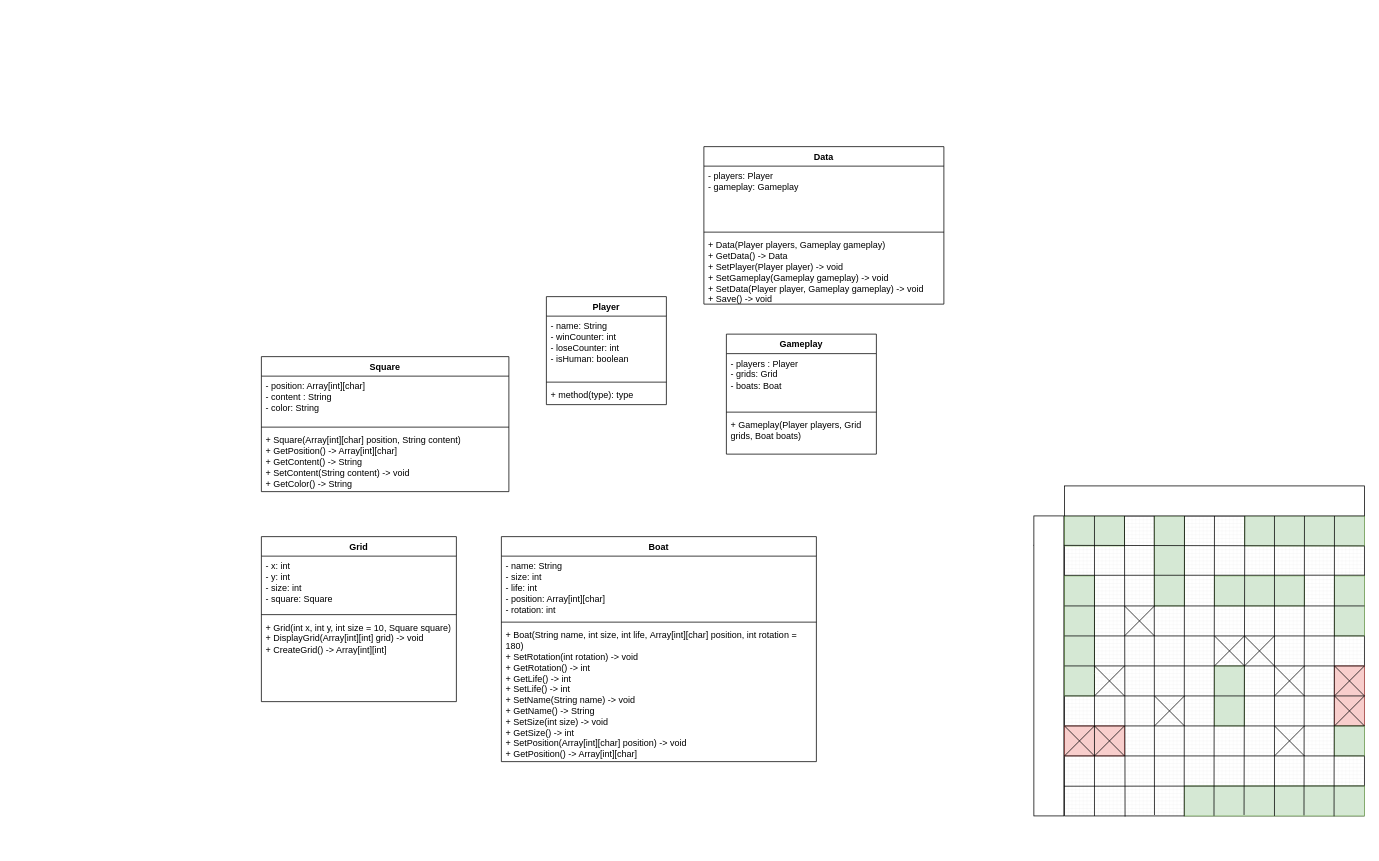
This is Diagram.drawio from Maxence-villet/Bataille-Navale, a draw.io file, before an edit. Source tidied: cells renumbered, new cells numbered last; positions are measured from the earlier drawing's top-left corner, leaving out a move shared by most shapes. Both pictures are drawn from the tidied source at 75%, with x=0, y=0 at pixel (261, 146).
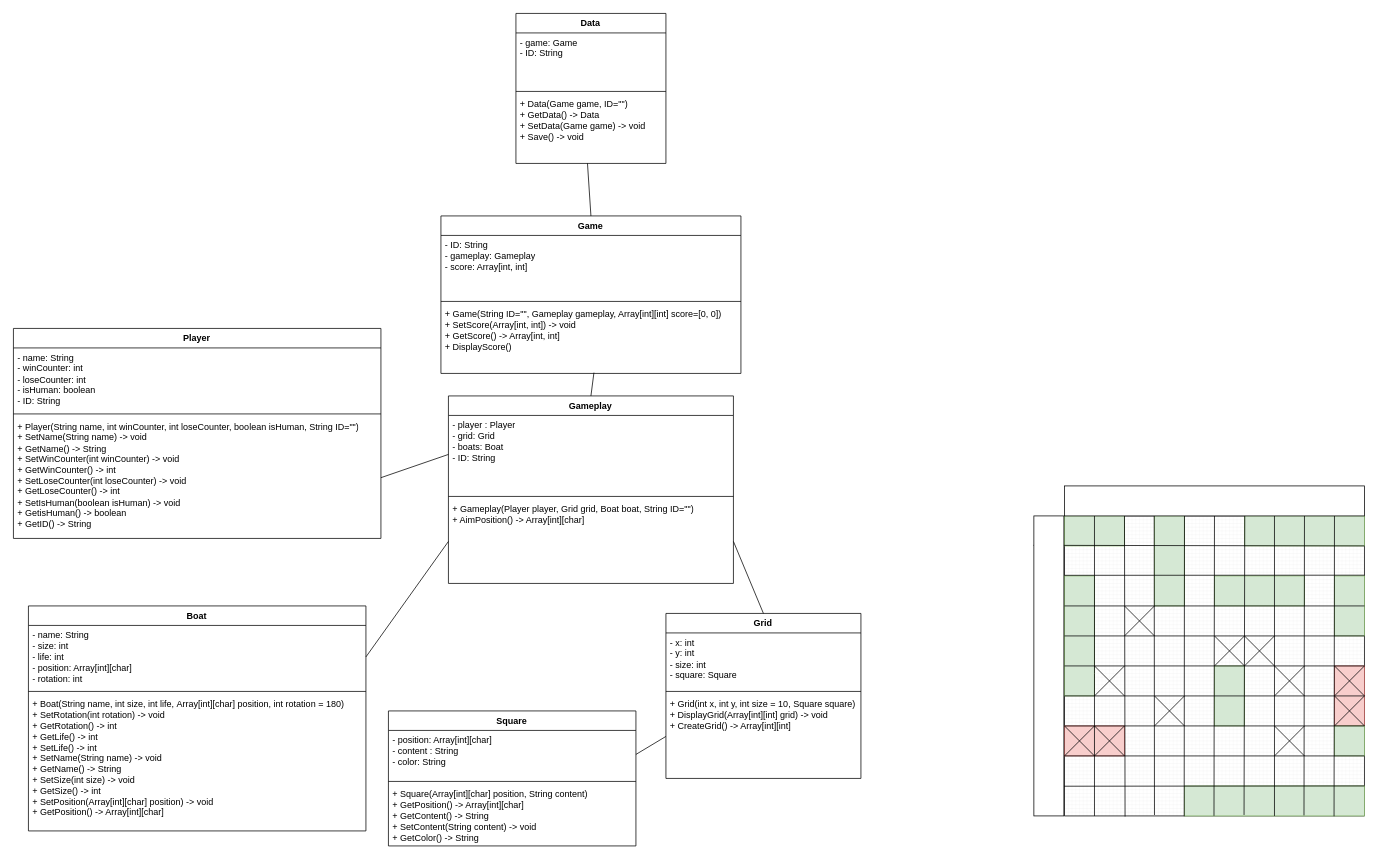
The same diagram, later.

Commit message:
Mettre à jour Diagram.drawio

Unchanged cells that the change refers to:
```xml
<mxCell id="35" value="&lt;div&gt;+ Grid(int x, int y, int size = 10, Square square)&lt;/div&gt;+ DisplayGrid(Array[int][int] grid) -&amp;gt; void&lt;div&gt;+ CreateGrid() -&amp;gt; Array[int][int]&lt;/div&gt;" style="text;strokeColor=none;fillColor=none;align=left;verticalAlign=top;spacingLeft=4;spacingRight=4;overflow=hidden;points=[[0,0.5],[1,0.5]];portConstraint=eastwest;whiteSpace=wrap;html=1;" parent="32" vertex="1">
  <mxGeometry y="108" width="260" height="112" as="geometry" />
</mxCell>
<mxCell id="41" value="- position: Array[int][char]&lt;div&gt;- content : String&lt;/div&gt;&lt;div&gt;- color: String&lt;/div&gt;" style="text;strokeColor=none;fillColor=none;align=left;verticalAlign=top;spacingLeft=4;spacingRight=4;overflow=hidden;points=[[0,0.5],[1,0.5]];portConstraint=eastwest;whiteSpace=wrap;html=1;" parent="40" vertex="1">
  <mxGeometry y="26" width="330" height="64" as="geometry" />
</mxCell>
```

Diff of the diagram source:
```diff
@@
     <mxCell id="32" value="Grid" style="swimlane;fontStyle=1;align=center;verticalAlign=top;horizontal=1;startSize=26;whiteSpace=wrap;html=1;" parent="1" vertex="1">
-      <mxGeometry y="520" width="260" height="220" as="geometry" />
+      <mxGeometry x="539.4" y="622.4" width="260" height="220" as="geometry" />
     </mxCell>
@@
     <mxCell id="36" value="Boat" style="swimlane;fontStyle=1;align=center;verticalAlign=top;horizontal=1;startSize=26;whiteSpace=wrap;html=1;" parent="1" vertex="1">
-      <mxGeometry x="320" y="520" width="420" height="300" as="geometry" />
+      <mxGeometry x="-310.6" y="612.4" width="450" height="300" as="geometry" />
     </mxCell>
     <mxCell id="37" value="- name: String&lt;div&gt;- size: int&lt;/div&gt;&lt;div&gt;- life: int&lt;/div&gt;&lt;div&gt;- position: Array[int][char]&lt;/div&gt;&lt;div&gt;- rotation: int&lt;/div&gt;" style="text;strokeColor=none;fillColor=none;align=left;verticalAlign=top;spacingLeft=4;spacingRight=4;overflow=hidden;points=[[0,0.5],[1,0.5]];portConstraint=eastwest;whiteSpace=wrap;html=1;" parent="36" vertex="1">
-      <mxGeometry y="26" width="420" height="84" as="geometry" />
+      <mxGeometry y="26" width="450" height="84" as="geometry" />
     </mxCell>
     <mxCell id="38" style="line;strokeWidth=1;fillColor=none;align=left;verticalAlign=middle;spacingTop=-1;spacingLeft=3;spacingRight=3;labelPosition=right;strokeColor=inherit;" parent="36" vertex="1">
-      <mxGeometry y="110" width="420" height="8" as="geometry" />
+      <mxGeometry y="110" width="450" height="8" as="geometry" />
     </mxCell>
     <mxCell id="39" value="+ Boat(String name, int size, int life,&amp;nbsp;Array[int][char] position, int rotation = 180)&lt;div&gt;+ SetRotation(int rotation) -&amp;gt; void&lt;/div&gt;&lt;div&gt;+ GetRotation() -&amp;gt; int&lt;/div&gt;&lt;div&gt;+ GetLife() -&amp;gt; int&lt;/div&gt;&lt;div&gt;+ SetLife() -&amp;gt; int&lt;/div&gt;&lt;div&gt;+ SetName(String name) -&amp;gt; void&lt;/div&gt;&lt;div&gt;+ GetName() -&amp;gt; String&lt;/div&gt;&lt;div&gt;+ SetSize(int size) -&amp;gt; void&lt;/div&gt;&lt;div&gt;+ GetSize() -&amp;gt; int&lt;/div&gt;&lt;div&gt;+ SetPosition(Array[int][char] position) -&amp;gt; void&lt;/div&gt;&lt;div&gt;+ GetPosition() -&amp;gt; Array[int][char]&lt;/div&gt;" style="text;strokeColor=none;fillColor=none;align=left;verticalAlign=top;spacingLeft=4;spacingRight=4;overflow=hidden;whiteSpace=wrap;html=1;" parent="36" vertex="1">
-      <mxGeometry y="118" width="420" height="182" as="geometry" />
+      <mxGeometry y="118" width="450" height="182" as="geometry" />
     </mxCell>
     <mxCell id="40" value="Square" style="swimlane;fontStyle=1;align=center;verticalAlign=top;horizontal=1;startSize=26;whiteSpace=wrap;html=1;" parent="1" vertex="1">
-      <mxGeometry y="280" width="330" height="180" as="geometry" />
+      <mxGeometry x="169.4" y="752.4" width="330" height="180" as="geometry" />
     </mxCell>
@@
     <mxCell id="57" value="Player" style="swimlane;fontStyle=1;align=center;verticalAlign=top;horizontal=1;startSize=26;whiteSpace=wrap;html=1;" parent="1" vertex="1">
-      <mxGeometry x="380" y="200" width="160" height="144" as="geometry" />
+      <mxGeometry x="-330.6" y="242.4" width="490" height="280" as="geometry" />
     </mxCell>
-    <mxCell id="58" value="- name: String&lt;div&gt;- winCounter: int&lt;/div&gt;&lt;div&gt;- loseCounter: int&lt;/div&gt;&lt;div&gt;- isHuman: boolean&lt;/div&gt;" style="text;strokeColor=none;fillColor=none;align=left;verticalAlign=top;spacingLeft=4;spacingRight=4;overflow=hidden;whiteSpace=wrap;html=1;" parent="57" vertex="1">
-      <mxGeometry y="26" width="160" height="84" as="geometry" />
+    <mxCell id="58" value="- name: String&lt;div&gt;- winCounter: int&lt;/div&gt;&lt;div&gt;- loseCounter: int&lt;/div&gt;&lt;div&gt;- isHuman: boolean&lt;/div&gt;&lt;div&gt;- ID: String&lt;/div&gt;" style="text;strokeColor=none;fillColor=none;align=left;verticalAlign=top;spacingLeft=4;spacingRight=4;overflow=hidden;whiteSpace=wrap;html=1;" parent="57" vertex="1">
+      <mxGeometry y="26" width="490" height="84" as="geometry" />
     </mxCell>
     <mxCell id="59" style="line;strokeWidth=1;fillColor=none;align=left;verticalAlign=middle;spacingTop=-1;spacingLeft=3;spacingRight=3;labelPosition=right;strokeColor=inherit;" parent="57" vertex="1">
-      <mxGeometry y="110" width="160" height="8" as="geometry" />
+      <mxGeometry y="110" width="490" height="8" as="geometry" />
     </mxCell>
-    <mxCell id="60" value="+ method(type): type" style="text;strokeColor=none;fillColor=none;align=left;verticalAlign=top;spacingLeft=4;spacingRight=4;overflow=hidden;points=[[0,0.5],[1,0.5]];portConstraint=eastwest;whiteSpace=wrap;html=1;" parent="57" vertex="1">
-      <mxGeometry y="118" width="160" height="26" as="geometry" />
+    <mxCell id="60" value="+ Player(String name, int winCounter, int loseCounter, boolean isHuman, String ID=&quot;&quot;)&lt;div&gt;+ SetName(String name) -&amp;gt; void&lt;/div&gt;&lt;div&gt;+ GetName() -&amp;gt; String&lt;/div&gt;&lt;div&gt;+ SetWinCounter(int winCounter) -&amp;gt; void&lt;/div&gt;&lt;div&gt;+ GetWinCounter() -&amp;gt; int&lt;/div&gt;&lt;div&gt;+ SetLoseCounter(int loseCounter) -&amp;gt; void&lt;/div&gt;&lt;div&gt;+ GetLoseCounter() -&amp;gt; int&lt;/div&gt;&lt;div&gt;+ SetIsHuman(boolean isHuman) -&amp;gt; void&lt;/div&gt;&lt;div&gt;+ GetisHuman() -&amp;gt; boolean&lt;/div&gt;&lt;div&gt;+ GetID() -&amp;gt; String&lt;/div&gt;" style="text;strokeColor=none;fillColor=none;align=left;verticalAlign=top;spacingLeft=4;spacingRight=4;overflow=hidden;points=[[0,0.5],[1,0.5]];portConstraint=eastwest;whiteSpace=wrap;html=1;" parent="57" vertex="1">
+      <mxGeometry y="118" width="490" height="162" as="geometry" />
     </mxCell>
     <mxCell id="61" value="Gameplay" style="swimlane;fontStyle=1;align=center;verticalAlign=top;horizontal=1;startSize=26;whiteSpace=wrap;html=1;" parent="1" vertex="1">
-      <mxGeometry x="620" y="250" width="200" height="160" as="geometry" />
+      <mxGeometry x="249.4" y="332.4" width="380" height="250" as="geometry" />
     </mxCell>
-    <mxCell id="62" value="- players : Player&lt;div&gt;- grids: Grid&lt;/div&gt;&lt;div&gt;- boats: Boat&lt;/div&gt;&lt;div&gt;&lt;br&gt;&lt;/div&gt;&lt;div&gt;&lt;br&gt;&lt;/div&gt;" style="text;strokeColor=none;fillColor=none;align=left;verticalAlign=top;spacingLeft=4;spacingRight=4;overflow=hidden;points=[[0,0.5],[1,0.5]];portConstraint=eastwest;whiteSpace=wrap;html=1;" parent="61" vertex="1">
-      <mxGeometry y="26" width="200" height="74" as="geometry" />
+    <mxCell id="62" value="- player : Player&lt;div&gt;- grid: Grid&lt;/div&gt;&lt;div&gt;- boats: Boat&lt;/div&gt;&lt;div&gt;- ID: String&lt;/div&gt;&lt;div&gt;&lt;br&gt;&lt;/div&gt;" style="text;strokeColor=none;fillColor=none;align=left;verticalAlign=top;spacingLeft=4;spacingRight=4;overflow=hidden;points=[[0,0.5],[1,0.5]];portConstraint=eastwest;whiteSpace=wrap;html=1;" parent="61" vertex="1">
+      <mxGeometry y="26" width="380" height="104" as="geometry" />
     </mxCell>
     <mxCell id="63" style="line;strokeWidth=1;fillColor=none;align=left;verticalAlign=middle;spacingTop=-1;spacingLeft=3;spacingRight=3;labelPosition=right;strokeColor=inherit;" parent="61" vertex="1">
-      <mxGeometry y="100" width="200" height="8" as="geometry" />
+      <mxGeometry y="130" width="380" height="8" as="geometry" />
     </mxCell>
-    <mxCell id="64" value="+ Gameplay(Player players, Grid grids, Boat boats)" style="text;strokeColor=none;fillColor=none;align=left;verticalAlign=top;spacingLeft=4;spacingRight=4;overflow=hidden;points=[[0,0.5],[1,0.5]];portConstraint=eastwest;whiteSpace=wrap;html=1;" parent="61" vertex="1">
-      <mxGeometry y="108" width="200" height="52" as="geometry" />
+    <mxCell id="64" value="+ Gameplay(Player player, Grid grid, Boat boat, String ID=&quot;&quot;)&lt;div&gt;+ AimPosition() -&amp;gt; Array[int][char]&lt;/div&gt;&lt;div&gt;&lt;br&gt;&lt;/div&gt;&lt;div&gt;&lt;br&gt;&lt;/div&gt;" style="text;strokeColor=none;fillColor=none;align=left;verticalAlign=top;spacingLeft=4;spacingRight=4;overflow=hidden;points=[[0,0.5],[1,0.5]];portConstraint=eastwest;whiteSpace=wrap;html=1;" parent="61" vertex="1">
+      <mxGeometry y="138" width="380" height="112" as="geometry" />
     </mxCell>
     <mxCell id="65" value="Data" style="swimlane;fontStyle=1;align=center;verticalAlign=top;horizontal=1;startSize=26;whiteSpace=wrap;html=1;" parent="1" vertex="1">
-      <mxGeometry x="590" width="320" height="210" as="geometry" />
+      <mxGeometry x="339.4" y="-177.6" width="200" height="200" as="geometry" />
     </mxCell>
-    <mxCell id="66" value="- players: Player&lt;div&gt;- gameplay: Gameplay&lt;/div&gt;" style="text;strokeColor=none;fillColor=none;align=left;verticalAlign=top;spacingLeft=4;spacingRight=4;overflow=hidden;whiteSpace=wrap;html=1;" parent="65" vertex="1">
-      <mxGeometry y="26" width="320" height="84" as="geometry" />
+    <mxCell id="66" value="- game: Game&lt;div&gt;- ID: String&lt;/div&gt;" style="text;strokeColor=none;fillColor=none;align=left;verticalAlign=top;spacingLeft=4;spacingRight=4;overflow=hidden;whiteSpace=wrap;html=1;" parent="65" vertex="1">
+      <mxGeometry y="26" width="200" height="74" as="geometry" />
     </mxCell>
     <mxCell id="67" style="line;strokeWidth=1;fillColor=none;align=left;verticalAlign=middle;spacingTop=-1;spacingLeft=3;spacingRight=3;labelPosition=right;strokeColor=inherit;" parent="65" vertex="1">
-      <mxGeometry y="110" width="320" height="8" as="geometry" />
+      <mxGeometry y="100" width="200" height="8" as="geometry" />
     </mxCell>
-    <mxCell id="68" value="+ Data(Player players, Gameplay gameplay)&lt;div&gt;+ GetData() -&amp;gt; Data&lt;/div&gt;&lt;div&gt;+ SetPlayer(Player player) -&amp;gt; void&lt;/div&gt;&lt;div&gt;+ SetGameplay(Gameplay gameplay) -&amp;gt; void&amp;nbsp;&lt;/div&gt;&lt;div&gt;+ SetData(Player player, Gameplay gameplay) -&amp;gt; void&lt;/div&gt;&lt;div&gt;+ Save() -&amp;gt; void&lt;/div&gt;" style="text;strokeColor=none;fillColor=none;align=left;verticalAlign=top;spacingLeft=4;spacingRight=4;overflow=hidden;points=[[0,0.5],[1,0.5]];portConstraint=eastwest;whiteSpace=wrap;html=1;" parent="65" vertex="1">
-      <mxGeometry y="118" width="320" height="92" as="geometry" />
+    <mxCell id="68" value="+ Data(Game game, ID=&quot;&quot;)&lt;div&gt;+ GetData() -&amp;gt; Data&lt;/div&gt;&lt;div&gt;+ SetData(Game game) -&amp;gt; void&lt;/div&gt;&lt;div&gt;+ Save() -&amp;gt; void&lt;/div&gt;" style="text;strokeColor=none;fillColor=none;align=left;verticalAlign=top;spacingLeft=4;spacingRight=4;overflow=hidden;points=[[0,0.5],[1,0.5]];portConstraint=eastwest;whiteSpace=wrap;html=1;" parent="65" vertex="1">
+      <mxGeometry y="108" width="200" height="92" as="geometry" />
     </mxCell>
+    <mxCell id="69" style="endArrow=none;html=1;rounded=0;entryX=1;entryY=0.5;entryDx=0;entryDy=0;exitX=0.5;exitY=0;exitDx=0;exitDy=0;" parent="1" edge="1" source="32" target="64">
+      <mxGeometry relative="1" as="geometry" />
+    </mxCell>
+    <mxCell id="70" style="endArrow=none;html=1;rounded=0;entryX=0;entryY=0.5;entryDx=0;entryDy=0;exitX=1;exitY=0.5;exitDx=0;exitDy=0;" parent="1" edge="1" source="41" target="35">
+      <mxGeometry relative="1" as="geometry" />
+    </mxCell>
+    <mxCell id="71" style="endArrow=none;html=1;rounded=0;entryX=0;entryY=0.5;entryDx=0;entryDy=0;exitX=1;exitY=0.5;exitDx=0;exitDy=0;" parent="1" edge="1" source="37" target="64">
+      <mxGeometry relative="1" as="geometry" />
+    </mxCell>
+    <mxCell id="72" style="endArrow=none;html=1;rounded=0;exitX=1;exitY=0.5;exitDx=0;exitDy=0;entryX=0;entryY=0.5;entryDx=0;entryDy=0;" parent="1" edge="1" source="60" target="62">
+      <mxGeometry relative="1" as="geometry" />
+    </mxCell>
+    <mxCell id="73" value="Game" style="swimlane;fontStyle=1;align=center;verticalAlign=top;horizontal=1;startSize=26;whiteSpace=wrap;html=1;" parent="1" vertex="1">
+      <mxGeometry x="239.4" y="92.4" width="400" height="210" as="geometry" />
+    </mxCell>
+    <mxCell id="74" value="- ID: String&lt;div&gt;- gameplay: Gameplay&lt;/div&gt;&lt;div&gt;- score: Array[int, int]&lt;/div&gt;" style="text;strokeColor=none;fillColor=none;align=left;verticalAlign=top;spacingLeft=4;spacingRight=4;overflow=hidden;whiteSpace=wrap;html=1;" parent="73" vertex="1">
+      <mxGeometry y="26" width="400" height="84" as="geometry" />
+    </mxCell>
+    <mxCell id="75" style="line;strokeWidth=1;fillColor=none;align=left;verticalAlign=middle;spacingTop=-1;spacingLeft=3;spacingRight=3;labelPosition=right;strokeColor=inherit;" parent="73" vertex="1">
+      <mxGeometry y="110" width="400" height="8" as="geometry" />
+    </mxCell>
+    <mxCell id="76" value="+ Game(String ID=&quot;&quot;, Gameplay gameplay, Array[int][int] score=[0, 0])&lt;div&gt;+ SetScore(Array[int, int]) -&amp;gt; void&lt;/div&gt;&lt;div&gt;+ GetScore() -&amp;gt; Array[int, int]&lt;/div&gt;&lt;div&gt;+ DisplayScore()&lt;/div&gt;" style="text;strokeColor=none;fillColor=none;align=left;verticalAlign=top;spacingLeft=4;spacingRight=4;overflow=hidden;points=[[0,0.5],[1,0.5]];portConstraint=eastwest;whiteSpace=wrap;html=1;" parent="73" vertex="1">
+      <mxGeometry y="118" width="400" height="92" as="geometry" />
+    </mxCell>
+    <mxCell id="77" style="endArrow=none;html=1;rounded=0;entryX=0.51;entryY=0.989;entryDx=0;entryDy=0;entryPerimeter=0;exitX=0.5;exitY=0;exitDx=0;exitDy=0;" parent="1" edge="1" source="61" target="76">
+      <mxGeometry relative="1" as="geometry" />
+    </mxCell>
+    <mxCell id="78" style="endArrow=none;html=1;rounded=0;entryX=0.477;entryY=0.999;entryDx=0;entryDy=0;entryPerimeter=0;exitX=0.5;exitY=0;exitDx=0;exitDy=0;" parent="1" edge="1" source="73" target="68">
+      <mxGeometry relative="1" as="geometry" />
+    </mxCell>
```
